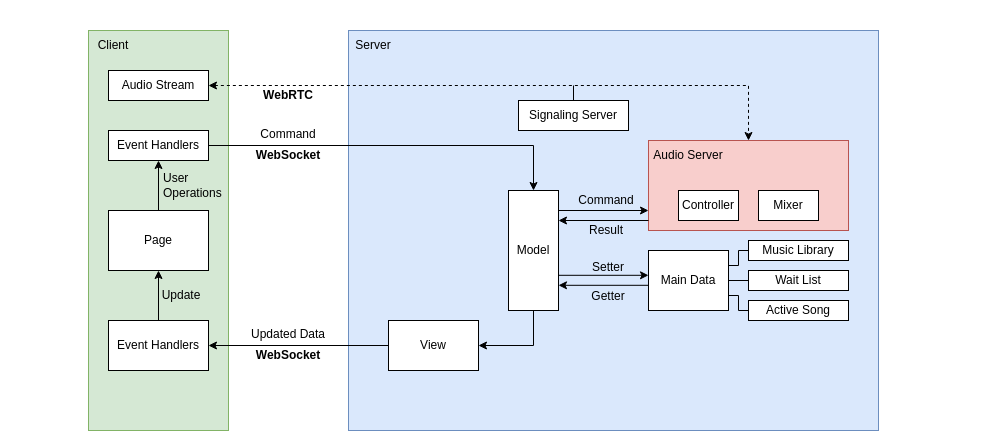
The draw.io diagram Drafts/ksong-arch.drawio in xrysamuel/my-drawio, before the edit. Source tidied: cells renumbered, new cells numbered last; positions are measured from the earlier drawing's top-left corner, leaving out a move shared by most shapes. Both pictures are drawn from the tidied source at 100%, with x=0, y=0 at pixel (88, 30).
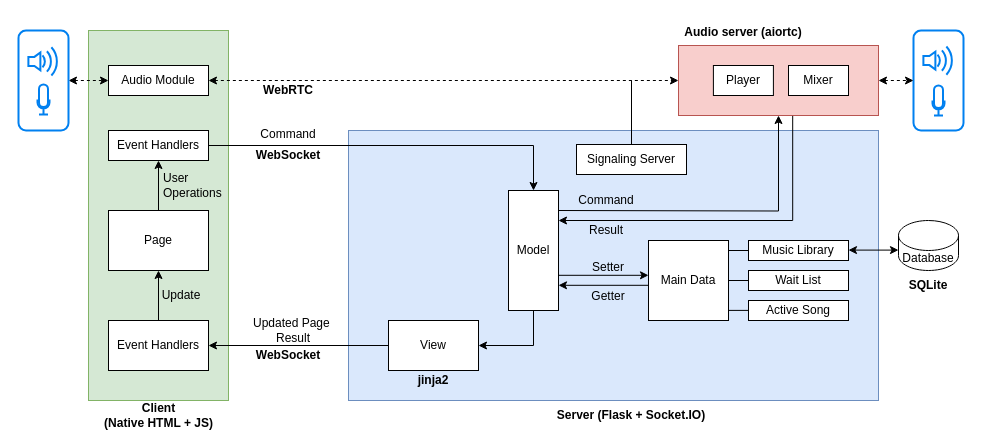
After the change.

Unchanged cells that the change refers to:
```xml
<mxCell id="20" value="Music Library" style="rounded=0;whiteSpace=wrap;html=1;" parent="1" vertex="1">
  <mxGeometry x="660" y="210" width="100" height="20" as="geometry" />
</mxCell>
<mxCell id="22" value="Active Song" style="rounded=0;whiteSpace=wrap;html=1;" parent="1" vertex="1">
  <mxGeometry x="660" y="270" width="100" height="20" as="geometry" />
</mxCell>
```

Change to the diagram source:
```diff
@@
+    <mxCell id="46" style="rounded=1;whiteSpace=wrap;html=1;fillColor=none;strokeColor=#0080f0;strokeWidth=2;" parent="1" vertex="1">
+      <mxGeometry x="825" width="50" height="100" as="geometry" />
+    </mxCell>
     <mxCell id="2" style="rounded=0;whiteSpace=wrap;html=1;fillColor=#dae8fc;strokeColor=#6c8ebf;" parent="1" vertex="1">
-      <mxGeometry x="260" width="530" height="400" as="geometry" />
+      <mxGeometry x="260" y="100" width="530" height="270" as="geometry" />
     </mxCell>
     <mxCell id="3" style="rounded=0;whiteSpace=wrap;html=1;fillColor=#d5e8d4;strokeColor=#82b366;" parent="1" vertex="1">
-      <mxGeometry width="140" height="400" as="geometry" />
+      <mxGeometry width="140" height="370" as="geometry" />
     </mxCell>
@@
-    <mxCell id="10" value="Client" style="text;html=1;align=center;verticalAlign=middle;whiteSpace=wrap;rounded=0;" parent="1" vertex="1">
-      <mxGeometry width="50" height="30" as="geometry" />
-    </mxCell>
-    <mxCell id="11" value="Server" style="text;html=1;align=center;verticalAlign=middle;whiteSpace=wrap;rounded=0;" parent="1" vertex="1">
-      <mxGeometry x="260" width="50" height="30" as="geometry" />
-    </mxCell>
+    <mxCell id="47" style="edgeStyle=orthogonalEdgeStyle;rounded=0;jettySize=auto;html=1;exitX=1;exitY=0.5;exitDx=0;exitDy=0;entryX=0;entryY=0.5;entryDx=0;entryDy=0;startArrow=classic;startFill=1;dashed=1;" parent="1" edge="1" source="12" target="46">
+      <mxGeometry relative="1" as="geometry">
+        <Array as="points">
+          <mxPoint x="825" y="50" />
+        </Array>
+      </mxGeometry>
+    </mxCell>
     <mxCell id="12" style="rounded=0;whiteSpace=wrap;html=1;fillColor=#f8cecc;strokeColor=#b85450;" parent="1" vertex="1">
-      <mxGeometry x="560" y="110" width="200" height="90" as="geometry" />
+      <mxGeometry x="590" y="15" width="200" height="70" as="geometry" />
     </mxCell>
-    <mxCell id="13" value="Audio Server" style="text;html=1;align=center;verticalAlign=middle;whiteSpace=wrap;rounded=0;" parent="1" vertex="1">
-      <mxGeometry x="560" y="110" width="80" height="30" as="geometry" />
-    </mxCell>
-    <mxCell id="14" style="edgeStyle=orthogonalEdgeStyle;rounded=0;jettySize=auto;html=1;exitX=1;exitY=0.25;exitDx=0;exitDy=0;entryX=0;entryY=0.5;entryDx=0;entryDy=0;endArrow=none;endFill=0;" parent="1" edge="1" source="17" target="20">
-      <mxGeometry relative="1" as="geometry">
-        <Array as="points">
-          <mxPoint x="650" y="235" />
-          <mxPoint x="650" y="220" />
-        </Array>
-      </mxGeometry>
-    </mxCell>
@@
-    <mxCell id="16" style="edgeStyle=orthogonalEdgeStyle;rounded=0;jettySize=auto;html=1;exitX=1;exitY=0.75;exitDx=0;exitDy=0;entryX=0;entryY=0.5;entryDx=0;entryDy=0;endArrow=none;endFill=0;" parent="1" edge="1" source="17" target="22">
-      <mxGeometry relative="1" as="geometry">
-        <Array as="points">
-          <mxPoint x="650" y="265" />
-          <mxPoint x="650" y="280" />
-        </Array>
-      </mxGeometry>
-    </mxCell>
     <mxCell id="17" value="Main Data" style="rounded=0;whiteSpace=wrap;html=1;" parent="1" vertex="1">
-      <mxGeometry x="560" y="220" width="80" height="60" as="geometry" />
+      <mxGeometry x="560" y="210" width="80" height="80" as="geometry" />
     </mxCell>
-    <mxCell id="18" style="endArrow=classic;html=1;rounded=0;" parent="1" edge="1">
+    <mxCell id="18" style="endArrow=classic;html=1;rounded=0;entryX=0.5;entryY=1;entryDx=0;entryDy=0;edgeStyle=orthogonalEdgeStyle;" parent="1" edge="1" target="12">
       <mxGeometry relative="1" as="geometry">
         <mxPoint x="470" y="180" as="sourcePoint" />
-        <mxPoint x="560" y="180" as="targetPoint" />
       </mxGeometry>
     </mxCell>
-    <mxCell id="19" style="endArrow=classic;html=1;rounded=0;" parent="1" edge="1">
+    <mxCell id="19" style="endArrow=classic;html=1;rounded=0;exitX=0.571;exitY=1.006;exitDx=0;exitDy=0;exitPerimeter=0;edgeStyle=orthogonalEdgeStyle;" parent="1" edge="1" source="12">
       <mxGeometry relative="1" as="geometry">
-        <mxPoint x="560" y="190" as="sourcePoint" />
         <mxPoint x="470" y="190" as="targetPoint" />
+        <Array as="points">
+          <mxPoint x="704" y="190" />
+        </Array>
       </mxGeometry>
     </mxCell>
@@
-    <mxCell id="24" value="Audio Stream" style="rounded=0;whiteSpace=wrap;html=1;" parent="1" vertex="1">
-      <mxGeometry x="20" y="40" width="100" height="30" as="geometry" />
+    <mxCell id="24" value="Audio Module" style="rounded=0;whiteSpace=wrap;html=1;" parent="1" vertex="1">
+      <mxGeometry x="20" y="35" width="100" height="30" as="geometry" />
     </mxCell>
@@
     <mxCell id="26" value="WebRTC" style="text;html=1;align=center;verticalAlign=middle;whiteSpace=wrap;rounded=0;fontStyle=1;" parent="1" vertex="1">
-      <mxGeometry x="170" y="50" width="60" height="30" as="geometry" />
+      <mxGeometry x="170" y="45" width="60" height="30" as="geometry" />
     </mxCell>
@@
     <mxCell id="31" style="edgeStyle=orthogonalEdgeStyle;rounded=0;jettySize=auto;html=1;exitX=0.5;exitY=0;exitDx=0;exitDy=0;endArrow=none;endFill=0;" parent="1" edge="1" source="32">
       <mxGeometry relative="1" as="geometry">
-        <mxPoint x="485" y="55" as="targetPoint" />
+        <mxPoint x="543" y="50" as="targetPoint" />
       </mxGeometry>
     </mxCell>
     <mxCell id="32" value="Signaling Server" style="rounded=0;whiteSpace=wrap;html=1;" parent="1" vertex="1">
-      <mxGeometry x="430" y="70" width="110" height="30" as="geometry" />
+      <mxGeometry x="488" y="114" width="110" height="30" as="geometry" />
     </mxCell>
-    <mxCell id="33" value="Controller" style="rounded=0;whiteSpace=wrap;html=1;" parent="1" vertex="1">
-      <mxGeometry x="590" y="160" width="60" height="30" as="geometry" />
+    <mxCell id="33" value="Player" style="rounded=0;whiteSpace=wrap;html=1;" parent="1" vertex="1">
+      <mxGeometry x="624.9" y="35" width="60" height="30" as="geometry" />
     </mxCell>
     <mxCell id="34" value="Mixer" style="rounded=0;whiteSpace=wrap;html=1;" parent="1" vertex="1">
-      <mxGeometry x="670" y="160" width="60" height="30" as="geometry" />
+      <mxGeometry x="700" y="35" width="60" height="30" as="geometry" />
     </mxCell>
@@
-    <mxCell id="45" value="Updated Data" style="text;html=1;align=center;verticalAlign=middle;whiteSpace=wrap;rounded=0;fontStyle=0;" parent="1" vertex="1">
-      <mxGeometry x="160" y="294" width="80" height="20" as="geometry" />
+    <mxCell id="45" value="Updated Page&amp;nbsp;&lt;div&gt;Result&lt;/div&gt;" style="text;html=1;align=center;verticalAlign=middle;whiteSpace=wrap;rounded=0;fontStyle=0;" parent="1" vertex="1">
+      <mxGeometry x="160" y="290" width="90" height="20" as="geometry" />
     </mxCell>
+    <mxCell id="48" value="Database" style="shape=cylinder3;whiteSpace=wrap;html=1;boundedLbl=1;backgroundOutline=1;size=15;" parent="1" vertex="1">
+      <mxGeometry x="810" y="190" width="60" height="50" as="geometry" />
+    </mxCell>
+    <mxCell id="49" style="edgeStyle=orthogonalEdgeStyle;rounded=0;orthogonalLoop=1;jettySize=auto;html=1;exitX=1;exitY=0.5;exitDx=0;exitDy=0;entryX=0;entryY=0;entryDx=0;entryDy=30;entryPerimeter=0;startArrow=classic;startFill=1;" parent="1" edge="1">
+      <mxGeometry relative="1" as="geometry">
+        <mxPoint x="760" y="219.6" as="sourcePoint" />
+        <mxPoint x="810" y="219.6" as="targetPoint" />
+      </mxGeometry>
+    </mxCell>
+    <mxCell id="50" style="html=1;verticalLabelPosition=bottom;align=center;labelBackgroundColor=#ffffff;verticalAlign=top;strokeWidth=2;strokeColor=#0080F0;shadow=0;dashed=0;shape=mxgraph.ios7.icons.volume_2;" parent="1" vertex="1">
+      <mxGeometry x="834.9" y="16" width="30.3" height="28.2" as="geometry" />
+    </mxCell>
+    <mxCell id="51" style="html=1;verticalLabelPosition=bottom;align=center;labelBackgroundColor=#ffffff;verticalAlign=top;strokeWidth=2;strokeColor=#0080F0;shadow=0;dashed=0;shape=mxgraph.ios7.icons.microphone;" parent="1" vertex="1">
+      <mxGeometry x="844" y="55" width="12" height="30" as="geometry" />
+    </mxCell>
+    <mxCell id="52" style="edgeStyle=orthogonalEdgeStyle;rounded=0;jettySize=auto;html=1;exitX=1;exitY=0.5;exitDx=0;exitDy=0;startArrow=classic;startFill=1;dashed=1;" parent="1" edge="1" source="53" target="24">
+      <mxGeometry relative="1" as="geometry" />
+    </mxCell>
+    <mxCell id="53" style="rounded=1;whiteSpace=wrap;html=1;fillColor=none;strokeColor=#0080f0;strokeWidth=2;" parent="1" vertex="1">
+      <mxGeometry x="-70" width="50" height="100" as="geometry" />
+    </mxCell>
+    <mxCell id="54" style="html=1;verticalLabelPosition=bottom;align=center;labelBackgroundColor=#ffffff;verticalAlign=top;strokeWidth=2;strokeColor=#0080F0;shadow=0;dashed=0;shape=mxgraph.ios7.icons.volume_2;" parent="1" vertex="1">
+      <mxGeometry x="-60.1" y="16.8" width="30.3" height="28.2" as="geometry" />
+    </mxCell>
+    <mxCell id="55" style="html=1;verticalLabelPosition=bottom;align=center;labelBackgroundColor=#ffffff;verticalAlign=top;strokeWidth=2;strokeColor=#0080F0;shadow=0;dashed=0;shape=mxgraph.ios7.icons.microphone;" parent="1" vertex="1">
+      <mxGeometry x="-51" y="54" width="12" height="30" as="geometry" />
+    </mxCell>
+    <mxCell id="56" value="Server (Flask + Socket.IO)" style="text;html=1;align=center;verticalAlign=middle;whiteSpace=wrap;rounded=0;fontStyle=1;" parent="1" vertex="1">
+      <mxGeometry x="453" y="370" width="180" height="30" as="geometry" />
+    </mxCell>
+    <mxCell id="57" value="Client&lt;div&gt;(Native HTML + JS)&lt;/div&gt;" style="text;html=1;align=center;verticalAlign=middle;whiteSpace=wrap;rounded=0;fontStyle=1;" parent="1" vertex="1">
+      <mxGeometry x="-2.5" y="370" width="145" height="30" as="geometry" />
+    </mxCell>
+    <mxCell id="58" value="SQLite" style="text;html=1;align=center;verticalAlign=middle;whiteSpace=wrap;rounded=0;fontStyle=1;" parent="1" vertex="1">
+      <mxGeometry x="805" y="240" width="70" height="30" as="geometry" />
+    </mxCell>
+    <mxCell id="59" value="Audio server (aiortc)" style="text;html=1;align=center;verticalAlign=middle;whiteSpace=wrap;rounded=0;fontStyle=1;" parent="1" vertex="1">
+      <mxGeometry x="589.9" y="-13.2" width="130" height="30" as="geometry" />
+    </mxCell>
+    <mxCell id="60" value="jinja2" style="text;html=1;align=center;verticalAlign=middle;whiteSpace=wrap;rounded=0;fontStyle=1;" parent="1" vertex="1">
+      <mxGeometry x="320" y="340" width="50" height="20" as="geometry" />
+    </mxCell>
+    <mxCell id="61" style="edgeStyle=orthogonalEdgeStyle;rounded=0;orthogonalLoop=1;jettySize=auto;html=1;exitX=1;exitY=0.5;exitDx=0;exitDy=0;entryX=0;entryY=0.5;entryDx=0;entryDy=0;endArrow=none;endFill=0;" parent="1" edge="1">
+      <mxGeometry relative="1" as="geometry">
+        <mxPoint x="640" y="220" as="sourcePoint" />
+        <mxPoint x="660" y="220" as="targetPoint" />
+      </mxGeometry>
+    </mxCell>
+    <mxCell id="62" style="edgeStyle=orthogonalEdgeStyle;rounded=0;orthogonalLoop=1;jettySize=auto;html=1;exitX=1;exitY=0.5;exitDx=0;exitDy=0;entryX=0;entryY=0.5;entryDx=0;entryDy=0;endArrow=none;endFill=0;" parent="1" edge="1">
+      <mxGeometry relative="1" as="geometry">
+        <mxPoint x="640" y="279.9" as="sourcePoint" />
+        <mxPoint x="660" y="279.9" as="targetPoint" />
+      </mxGeometry>
+    </mxCell>
```
